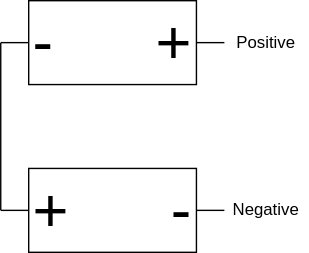
This is docs/img/series.svg from BearMetalWeb/BearMetalWeb.github.io, a draw.io export, as it was before one commit. Source tidied: cells renumbered, new cells last; positions are measured from the earlier drawing's top-left corner, leaving out a move shared by most shapes. Its diagram source:
```xml
<mxGraphModel>
  <root>
    <mxCell id="0" />
    <mxCell id="1" parent="0" />
    <mxCell id="2" value="&lt;font style=&quot;font-size: 44px;&quot;&gt;-&amp;nbsp; &amp;nbsp; &amp;nbsp; +&lt;/font&gt;" style="rounded=0;whiteSpace=wrap;html=1;" parent="1" vertex="1">
      <mxGeometry x="20" width="120" height="60" as="geometry" />
    </mxCell>
    <mxCell id="3" value="&lt;font style=&quot;font-size: 44px;&quot;&gt;+&amp;nbsp; &amp;nbsp; &amp;nbsp; -&lt;/font&gt;" style="rounded=0;whiteSpace=wrap;html=1;" parent="1" vertex="1">
      <mxGeometry x="20" y="120" width="120" height="60" as="geometry" />
    </mxCell>
    <mxCell id="4" style="endArrow=none;html=1;rounded=0;entryX=0;entryY=0.5;entryDx=0;entryDy=0;" parent="1" edge="1" target="2">
      <mxGeometry relative="1" as="geometry">
        <mxPoint y="30" as="sourcePoint" />
      </mxGeometry>
    </mxCell>
    <mxCell id="5" style="endArrow=none;html=1;rounded=0;" parent="1" edge="1">
      <mxGeometry relative="1" as="geometry">
        <mxPoint y="150" as="sourcePoint" />
        <mxPoint y="30" as="targetPoint" />
      </mxGeometry>
    </mxCell>
    <mxCell id="6" style="endArrow=none;html=1;rounded=0;exitX=0;exitY=0.5;exitDx=0;exitDy=0;" parent="1" edge="1" source="3">
      <mxGeometry relative="1" as="geometry">
        <mxPoint y="150" as="targetPoint" />
      </mxGeometry>
    </mxCell>
    <mxCell id="7" style="endArrow=none;html=1;rounded=0;entryX=0;entryY=0.5;entryDx=0;entryDy=0;" parent="1" edge="1">
      <mxGeometry relative="1" as="geometry">
        <mxPoint x="140" y="30" as="sourcePoint" />
        <mxPoint x="160" y="30" as="targetPoint" />
      </mxGeometry>
    </mxCell>
    <mxCell id="8" style="endArrow=none;html=1;rounded=0;exitX=0;exitY=0.5;exitDx=0;exitDy=0;" parent="1" edge="1">
      <mxGeometry relative="1" as="geometry">
        <mxPoint x="160" y="150" as="sourcePoint" />
        <mxPoint x="140" y="150" as="targetPoint" />
      </mxGeometry>
    </mxCell>
    <mxCell id="9" value="Positive" style="text;html=1;strokeColor=none;fillColor=none;align=center;verticalAlign=middle;whiteSpace=wrap;rounded=0;" parent="1" vertex="1">
      <mxGeometry x="160" y="15" width="60" height="30" as="geometry" />
    </mxCell>
    <mxCell id="10" value="Negative" style="text;html=1;strokeColor=none;fillColor=none;align=center;verticalAlign=middle;whiteSpace=wrap;rounded=0;" parent="1" vertex="1">
      <mxGeometry x="160" y="135" width="60" height="30" as="geometry" />
    </mxCell>
  </root>
</mxGraphModel>
```
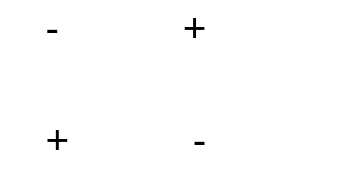
After the commit.

What changed in the source:
```diff
@@ -2,45 +2,45 @@
   <root>
     <mxCell id="0" />
     <mxCell id="1" parent="0" />
+    <mxCell id="3" value="&lt;font style=&quot;font-size: 29px;&quot;&gt;+&amp;nbsp; &amp;nbsp; &amp;nbsp; &amp;nbsp; &amp;nbsp; &amp;nbsp;-&lt;/font&gt;" style="rounded=0;whiteSpace=wrap;html=1;strokeColor=#FFFFFF;" parent="1" vertex="1">
+      <mxGeometry y="150" width="120" height="40" as="geometry" />
+    </mxCell>
-    <mxCell id="2" value="&lt;font style=&quot;font-size: 44px;&quot;&gt;-&amp;nbsp; &amp;nbsp; &amp;nbsp; +&lt;/font&gt;" style="rounded=0;whiteSpace=wrap;html=1;" parent="1" vertex="1">
-      <mxGeometry x="20" width="120" height="60" as="geometry" />
+    <mxCell id="2" value="&lt;span style=&quot;font-size: 29px;&quot;&gt;-&amp;nbsp; &amp;nbsp; &amp;nbsp; &amp;nbsp; &amp;nbsp; &amp;nbsp;+&lt;/span&gt;" style="rounded=0;whiteSpace=wrap;html=1;strokeColor=#FFFFFF;" parent="1" vertex="1">
+      <mxGeometry y="70" width="120" height="40" as="geometry" />
     </mxCell>
-    <mxCell id="3" value="&lt;font style=&quot;font-size: 44px;&quot;&gt;+&amp;nbsp; &amp;nbsp; &amp;nbsp; -&lt;/font&gt;" style="rounded=0;whiteSpace=wrap;html=1;" parent="1" vertex="1">
-      <mxGeometry x="20" y="120" width="120" height="60" as="geometry" />
-    </mxCell>
-    <mxCell id="4" style="endArrow=none;html=1;rounded=0;entryX=0;entryY=0.5;entryDx=0;entryDy=0;" parent="1" edge="1" target="2">
-      <mxGeometry relative="1" as="geometry">
-        <mxPoint y="30" as="sourcePoint" />
-      </mxGeometry>
-    </mxCell>
-    <mxCell id="5" style="endArrow=none;html=1;rounded=0;" parent="1" edge="1">
-      <mxGeometry relative="1" as="geometry">
-        <mxPoint y="150" as="sourcePoint" />
-        <mxPoint y="30" as="targetPoint" />
-      </mxGeometry>
-    </mxCell>
-    <mxCell id="6" style="endArrow=none;html=1;rounded=0;exitX=0;exitY=0.5;exitDx=0;exitDy=0;" parent="1" edge="1" source="3">
-      <mxGeometry relative="1" as="geometry">
-        <mxPoint y="150" as="targetPoint" />
-      </mxGeometry>
-    </mxCell>
-    <mxCell id="7" style="endArrow=none;html=1;rounded=0;entryX=0;entryY=0.5;entryDx=0;entryDy=0;" parent="1" edge="1">
-      <mxGeometry relative="1" as="geometry">
-        <mxPoint x="140" y="30" as="sourcePoint" />
-        <mxPoint x="160" y="30" as="targetPoint" />
-      </mxGeometry>
-    </mxCell>
-    <mxCell id="8" style="endArrow=none;html=1;rounded=0;exitX=0;exitY=0.5;exitDx=0;exitDy=0;" parent="1" edge="1">
-      <mxGeometry relative="1" as="geometry">
-        <mxPoint x="160" y="150" as="sourcePoint" />
-        <mxPoint x="140" y="150" as="targetPoint" />
-      </mxGeometry>
-    </mxCell>
+    <mxCell id="11" style="endArrow=none;html=1;rounded=0;exitX=0;exitY=0.5;exitDx=0;exitDy=0;strokeColor=#FFFFFF;" parent="1" edge="1" source="3">
+      <mxGeometry relative="1" as="geometry">
+        <mxPoint x="-30" y="170" as="targetPoint" />
+      </mxGeometry>
+    </mxCell>
+    <mxCell id="12" style="endArrow=none;html=1;rounded=0;strokeColor=#FFFFFF;" parent="1" edge="1">
+      <mxGeometry relative="1" as="geometry">
+        <mxPoint x="-30" y="170" as="sourcePoint" />
+        <mxPoint x="-30" y="90" as="targetPoint" />
+      </mxGeometry>
+    </mxCell>
+    <mxCell id="13" style="endArrow=none;html=1;rounded=0;exitX=0;exitY=0.5;exitDx=0;exitDy=0;strokeColor=#FFFFFF;" parent="1" edge="1" source="2">
+      <mxGeometry relative="1" as="geometry">
+        <mxPoint x="-30" y="90" as="targetPoint" />
+      </mxGeometry>
+    </mxCell>
+    <mxCell id="14" style="endArrow=none;html=1;rounded=0;exitX=0;exitY=0.5;exitDx=0;exitDy=0;strokeColor=#FFFFFF;" parent="1" edge="1">
+      <mxGeometry relative="1" as="geometry">
+        <mxPoint x="150" y="170" as="sourcePoint" />
+        <mxPoint x="120" y="170" as="targetPoint" />
+      </mxGeometry>
+    </mxCell>
+    <mxCell id="15" style="endArrow=none;html=1;rounded=0;exitX=0;exitY=0.5;exitDx=0;exitDy=0;strokeColor=#FFFFFF;" parent="1" edge="1">
+      <mxGeometry relative="1" as="geometry">
+        <mxPoint x="150" y="90" as="sourcePoint" />
+        <mxPoint x="120" y="90" as="targetPoint" />
+      </mxGeometry>
+    </mxCell>
+    <mxCell id="10" value="&lt;font color=&quot;#ffffff&quot;&gt;Negative&lt;/font&gt;" style="text;html=1;align=center;verticalAlign=middle;whiteSpace=wrap;rounded=0;strokeColor=#FFFFFF;" parent="1" vertex="1">
+      <mxGeometry x="150" y="155" width="60" height="30" as="geometry" />
+    </mxCell>
-    <mxCell id="9" value="Positive" style="text;html=1;strokeColor=none;fillColor=none;align=center;verticalAlign=middle;whiteSpace=wrap;rounded=0;" parent="1" vertex="1">
-      <mxGeometry x="160" y="15" width="60" height="30" as="geometry" />
+    <mxCell id="9" value="&lt;font color=&quot;#ffffff&quot;&gt;Positive&lt;/font&gt;" style="text;html=1;align=center;verticalAlign=middle;whiteSpace=wrap;rounded=0;strokeColor=#FFFFFF;" parent="1" vertex="1">
+      <mxGeometry x="150" y="75" width="60" height="30" as="geometry" />
     </mxCell>
-    <mxCell id="10" value="Negative" style="text;html=1;strokeColor=none;fillColor=none;align=center;verticalAlign=middle;whiteSpace=wrap;rounded=0;" parent="1" vertex="1">
-      <mxGeometry x="160" y="135" width="60" height="30" as="geometry" />
-    </mxCell>
   </root>
 </mxGraphModel>
```
